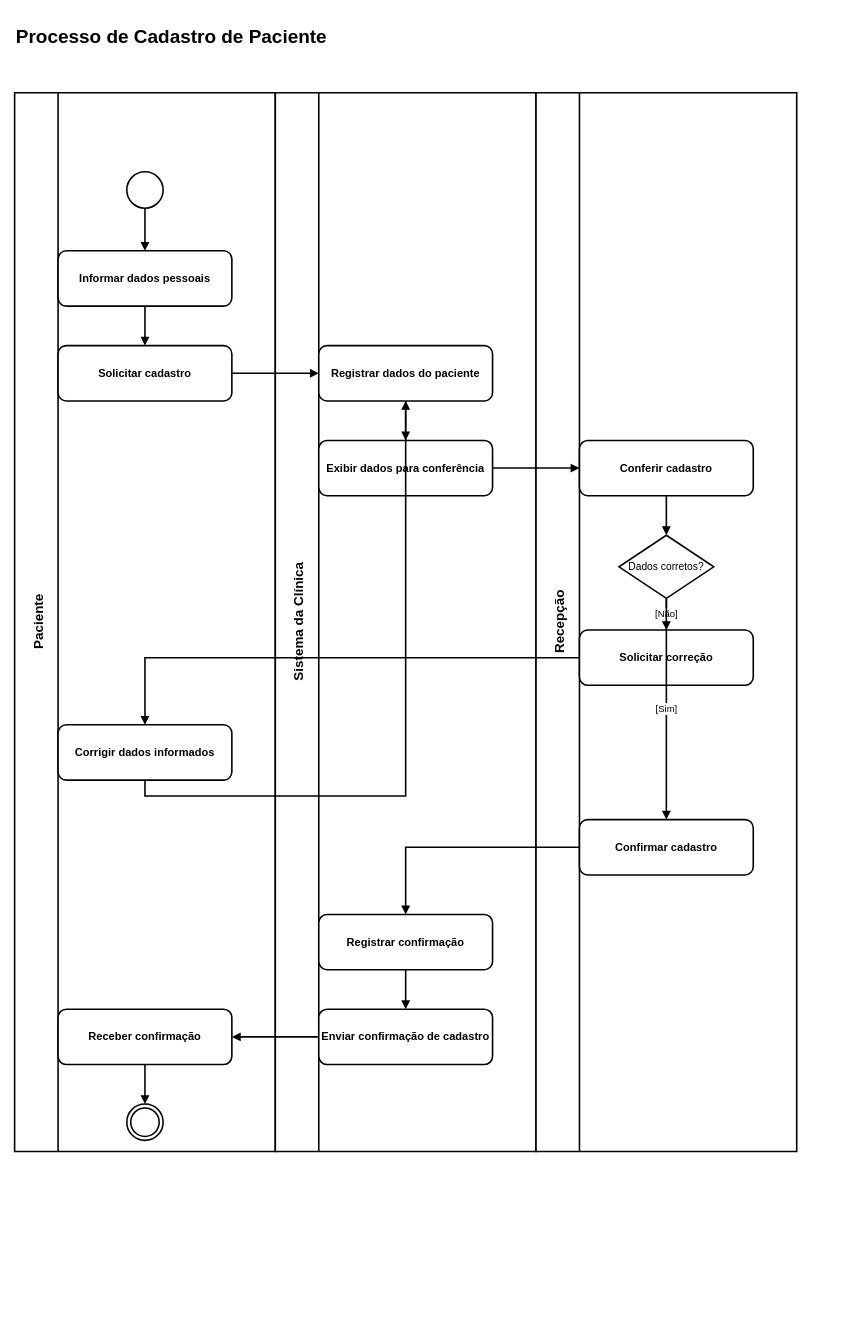
Above: documentos/diagramas/atividade/01-cadastro-paciente-simples.drawio in itodoconhecer-cmyk/aulas_umc_2026_1_spring_boot (draw.io), before the change. Source tidied: cells renumbered, new cells numbered last; positions are measured from the earlier drawing's top-left corner, leaving out a move shared by most shapes. Both pictures are drawn from the tidied source at 79%, with x=0, y=0 at pixel (14, 13).
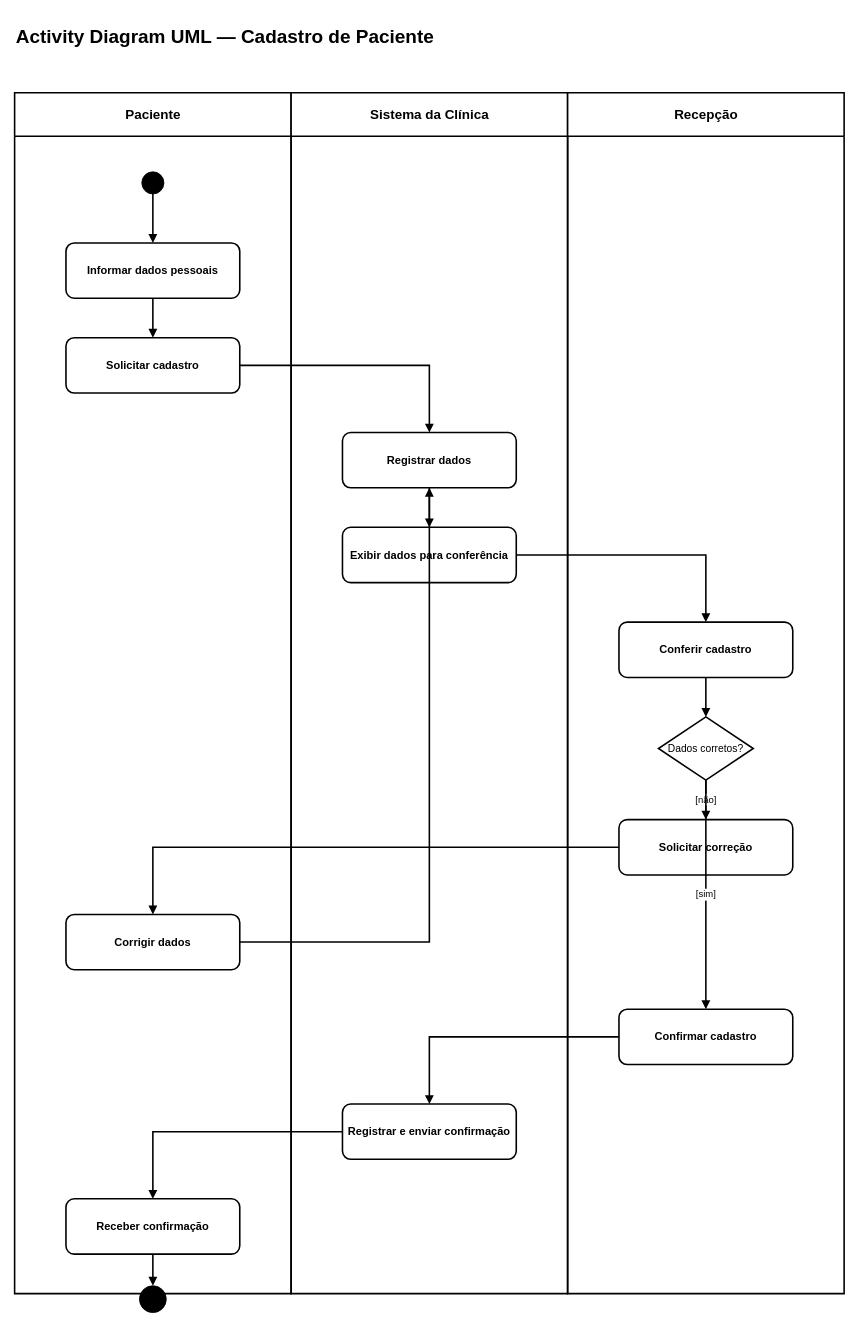
After the change.

Commit message:
docs: refaz activity diagram de cadastro com swimlanes UML

Change to the diagram source:
```diff
@@
-    <mxCell id="2" value="Processo de Cadastro de Paciente" style="text;html=1;align=left;verticalAlign=middle;fontSize=24;fontStyle=1;" parent="1" vertex="1">
-      <mxGeometry width="990" height="60" as="geometry" />
+    <mxCell id="2" value="Activity Diagram UML — Cadastro de Paciente" style="text;html=1;align=left;verticalAlign=middle;fontSize=24;fontStyle=1;" parent="1" vertex="1">
+      <mxGeometry width="1050" height="60" as="geometry" />
     </mxCell>
-    <mxCell id="3" value="Paciente" style="swimlane;horizontal=0;startSize=55;html=1;fontStyle=1;fontSize=17;align=center;verticalAlign=top;spacingTop=14;fillColor=#ffffff;strokeColor=#000000;strokeWidth=2;" parent="1" vertex="1">
-      <mxGeometry y="100" width="330" height="1340" as="geometry" />
+    <mxCell id="3" value="Paciente" style="swimlane;horizontal=1;startSize=55;html=1;fontStyle=1;fontSize=17;align=center;verticalAlign=middle;fillColor=#ffffff;strokeColor=#000000;strokeWidth=2;" parent="1" vertex="1">
+      <mxGeometry y="100" width="350" height="1520" as="geometry" />
     </mxCell>
-    <mxCell id="4" value="Sistema da Clínica" style="swimlane;horizontal=0;startSize=55;html=1;fontStyle=1;fontSize=17;align=center;verticalAlign=top;spacingTop=14;fillColor=#ffffff;strokeColor=#000000;strokeWidth=2;" parent="1" vertex="1">
-      <mxGeometry x="330" y="100" width="330" height="1340" as="geometry" />
+    <mxCell id="4" value="Sistema da Clínica" style="swimlane;horizontal=1;startSize=55;html=1;fontStyle=1;fontSize=17;align=center;verticalAlign=middle;fillColor=#ffffff;strokeColor=#000000;strokeWidth=2;" parent="1" vertex="1">
+      <mxGeometry x="350" y="100" width="350" height="1520" as="geometry" />
     </mxCell>
-    <mxCell id="5" value="Recepção" style="swimlane;horizontal=0;startSize=55;html=1;fontStyle=1;fontSize=17;align=center;verticalAlign=top;spacingTop=14;fillColor=#ffffff;strokeColor=#000000;strokeWidth=2;" parent="1" vertex="1">
-      <mxGeometry x="660" y="100" width="330" height="1340" as="geometry" />
+    <mxCell id="5" value="Recepção" style="swimlane;horizontal=1;startSize=55;html=1;fontStyle=1;fontSize=17;align=center;verticalAlign=middle;fillColor=#ffffff;strokeColor=#000000;strokeWidth=2;" parent="1" vertex="1">
+      <mxGeometry x="700" y="100" width="350" height="1520" as="geometry" />
     </mxCell>
-    <mxCell id="6" style="ellipse;html=1;fillColor=#ffffff;strokeColor=#000000;strokeWidth=2;" parent="1" vertex="1">
-      <mxGeometry x="142" y="200" width="46" height="46" as="geometry" />
+    <mxCell id="6" style="ellipse;html=1;fillColor=#000000;strokeColor=#000000;" parent="3" vertex="1">
+      <mxGeometry x="161" y="100" width="28" height="28" as="geometry" />
     </mxCell>
-    <mxCell id="7" value="Informar dados pessoais" style="rounded=1;whiteSpace=wrap;html=1;fontSize=14;fontStyle=1;strokeWidth=2;fillColor=#ffffff;strokeColor=#000000;" parent="1" vertex="1">
-      <mxGeometry x="55" y="300" width="220" height="70" as="geometry" />
+    <mxCell id="7" value="Informar dados pessoais" style="rounded=1;whiteSpace=wrap;html=1;fontSize=14;fontStyle=1;strokeWidth=2;fillColor=#ffffff;strokeColor=#000000;" parent="3" vertex="1">
+      <mxGeometry x="65" y="190" width="220" height="70" as="geometry" />
     </mxCell>
-    <mxCell id="8" value="Solicitar cadastro" style="rounded=1;whiteSpace=wrap;html=1;fontSize=14;fontStyle=1;strokeWidth=2;fillColor=#ffffff;strokeColor=#000000;" parent="1" vertex="1">
-      <mxGeometry x="55" y="420" width="220" height="70" as="geometry" />
+    <mxCell id="8" value="Solicitar cadastro" style="rounded=1;whiteSpace=wrap;html=1;fontSize=14;fontStyle=1;strokeWidth=2;fillColor=#ffffff;strokeColor=#000000;" parent="3" vertex="1">
+      <mxGeometry x="65" y="310" width="220" height="70" as="geometry" />
     </mxCell>
-    <mxCell id="9" value="Registrar dados do paciente" style="rounded=1;whiteSpace=wrap;html=1;fontSize=14;fontStyle=1;strokeWidth=2;fillColor=#ffffff;strokeColor=#000000;" parent="1" vertex="1">
-      <mxGeometry x="385" y="420" width="220" height="70" as="geometry" />
+    <mxCell id="9" value="Registrar dados" style="rounded=1;whiteSpace=wrap;html=1;fontSize=14;fontStyle=1;strokeWidth=2;fillColor=#ffffff;strokeColor=#000000;" parent="4" vertex="1">
+      <mxGeometry x="65" y="430" width="220" height="70" as="geometry" />
     </mxCell>
-    <mxCell id="10" value="Exibir dados para conferência" style="rounded=1;whiteSpace=wrap;html=1;fontSize=14;fontStyle=1;strokeWidth=2;fillColor=#ffffff;strokeColor=#000000;" parent="1" vertex="1">
-      <mxGeometry x="385" y="540" width="220" height="70" as="geometry" />
+    <mxCell id="10" value="Exibir dados para conferência" style="rounded=1;whiteSpace=wrap;html=1;fontSize=14;fontStyle=1;strokeWidth=2;fillColor=#ffffff;strokeColor=#000000;" parent="4" vertex="1">
+      <mxGeometry x="65" y="550" width="220" height="70" as="geometry" />
     </mxCell>
-    <mxCell id="11" value="Conferir cadastro" style="rounded=1;whiteSpace=wrap;html=1;fontSize=14;fontStyle=1;strokeWidth=2;fillColor=#ffffff;strokeColor=#000000;" parent="1" vertex="1">
-      <mxGeometry x="715" y="540" width="220" height="70" as="geometry" />
+    <mxCell id="11" value="Conferir cadastro" style="rounded=1;whiteSpace=wrap;html=1;fontSize=14;fontStyle=1;strokeWidth=2;fillColor=#ffffff;strokeColor=#000000;" parent="5" vertex="1">
+      <mxGeometry x="65" y="670" width="220" height="70" as="geometry" />
     </mxCell>
-    <mxCell id="12" value="Dados corretos?" style="rhombus;whiteSpace=wrap;html=1;fontSize=13;strokeWidth=2;fillColor=#ffffff;strokeColor=#000000;" parent="1" vertex="1">
-      <mxGeometry x="765" y="660" width="120" height="80" as="geometry" />
+    <mxCell id="12" value="Dados corretos?" style="rhombus;whiteSpace=wrap;html=1;fontSize=13;strokeWidth=2;fillColor=#ffffff;strokeColor=#000000;" parent="5" vertex="1">
+      <mxGeometry x="115" y="790" width="120" height="80" as="geometry" />
     </mxCell>
-    <mxCell id="13" value="Solicitar correção" style="rounded=1;whiteSpace=wrap;html=1;fontSize=14;fontStyle=1;strokeWidth=2;fillColor=#ffffff;strokeColor=#000000;" parent="1" vertex="1">
-      <mxGeometry x="715" y="780" width="220" height="70" as="geometry" />
+    <mxCell id="13" value="Solicitar correção" style="rounded=1;whiteSpace=wrap;html=1;fontSize=14;fontStyle=1;strokeWidth=2;fillColor=#ffffff;strokeColor=#000000;" parent="5" vertex="1">
+      <mxGeometry x="65" y="920" width="220" height="70" as="geometry" />
     </mxCell>
-    <mxCell id="14" value="Corrigir dados informados" style="rounded=1;whiteSpace=wrap;html=1;fontSize=14;fontStyle=1;strokeWidth=2;fillColor=#ffffff;strokeColor=#000000;" parent="1" vertex="1">
-      <mxGeometry x="55" y="900" width="220" height="70" as="geometry" />
+    <mxCell id="14" value="Corrigir dados" style="rounded=1;whiteSpace=wrap;html=1;fontSize=14;fontStyle=1;strokeWidth=2;fillColor=#ffffff;strokeColor=#000000;" parent="3" vertex="1">
+      <mxGeometry x="65" y="1040" width="220" height="70" as="geometry" />
     </mxCell>
-    <mxCell id="15" value="Confirmar cadastro" style="rounded=1;whiteSpace=wrap;html=1;fontSize=14;fontStyle=1;strokeWidth=2;fillColor=#ffffff;strokeColor=#000000;" parent="1" vertex="1">
-      <mxGeometry x="715" y="1020" width="220" height="70" as="geometry" />
+    <mxCell id="15" value="Confirmar cadastro" style="rounded=1;whiteSpace=wrap;html=1;fontSize=14;fontStyle=1;strokeWidth=2;fillColor=#ffffff;strokeColor=#000000;" parent="5" vertex="1">
+      <mxGeometry x="65" y="1160" width="220" height="70" as="geometry" />
     </mxCell>
-    <mxCell id="16" value="Registrar confirmação" style="rounded=1;whiteSpace=wrap;html=1;fontSize=14;fontStyle=1;strokeWidth=2;fillColor=#ffffff;strokeColor=#000000;" parent="1" vertex="1">
-      <mxGeometry x="385" y="1140" width="220" height="70" as="geometry" />
+    <mxCell id="16" value="Registrar e enviar confirmação" style="rounded=1;whiteSpace=wrap;html=1;fontSize=14;fontStyle=1;strokeWidth=2;fillColor=#ffffff;strokeColor=#000000;" parent="4" vertex="1">
+      <mxGeometry x="65" y="1280" width="220" height="70" as="geometry" />
     </mxCell>
-    <mxCell id="17" value="Enviar confirmação de cadastro" style="rounded=1;whiteSpace=wrap;html=1;fontSize=14;fontStyle=1;strokeWidth=2;fillColor=#ffffff;strokeColor=#000000;" parent="1" vertex="1">
-      <mxGeometry x="385" y="1260" width="220" height="70" as="geometry" />
+    <mxCell id="17" value="Receber confirmação" style="rounded=1;whiteSpace=wrap;html=1;fontSize=14;fontStyle=1;strokeWidth=2;fillColor=#ffffff;strokeColor=#000000;" parent="3" vertex="1">
+      <mxGeometry x="65" y="1400" width="220" height="70" as="geometry" />
     </mxCell>
-    <mxCell id="18" value="Receber confirmação" style="rounded=1;whiteSpace=wrap;html=1;fontSize=14;fontStyle=1;strokeWidth=2;fillColor=#ffffff;strokeColor=#000000;" parent="1" vertex="1">
-      <mxGeometry x="55" y="1260" width="220" height="70" as="geometry" />
-    </mxCell>
-    <mxCell id="19" style="ellipse;html=1;fillColor=#ffffff;strokeColor=#000000;strokeWidth=2;shape=doubleEllipse;" parent="1" vertex="1">
-      <mxGeometry x="142" y="1380" width="46" height="46" as="geometry" />
+    <mxCell id="19" style="ellipse;html=1;fillColor=#000000;strokeColor=#000000;shape=doubleEllipse;" parent="3" vertex="1">
+      <mxGeometry x="158" y="1510" width="34" height="34" as="geometry" />
     </mxCell>
-    <mxCell id="20" style="edgeStyle=orthogonalEdgeStyle;rounded=0;jettySize=30;html=1;endArrow=block;endFill=1;strokeWidth=2;fontSize=12;labelBackgroundColor=#ffffff;" parent="1" edge="1" source="6" target="7">
+    <mxCell id="20" style="edgeStyle=orthogonalEdgeStyle;rounded=0;jettySize=35;html=1;endArrow=block;endFill=1;strokeWidth=2;fontSize=12;labelBackgroundColor=#ffffff;" parent="1" edge="1" source="6" target="7">
       <mxGeometry relative="1" as="geometry" />
     </mxCell>
-    <mxCell id="21" style="edgeStyle=orthogonalEdgeStyle;rounded=0;jettySize=30;html=1;endArrow=block;endFill=1;strokeWidth=2;fontSize=12;labelBackgroundColor=#ffffff;" parent="1" edge="1" source="7" target="8">
+    <mxCell id="21" style="edgeStyle=orthogonalEdgeStyle;rounded=0;jettySize=35;html=1;endArrow=block;endFill=1;strokeWidth=2;fontSize=12;labelBackgroundColor=#ffffff;" parent="1" edge="1" source="7" target="8">
       <mxGeometry relative="1" as="geometry" />
     </mxCell>
-    <mxCell id="22" style="edgeStyle=orthogonalEdgeStyle;rounded=0;jettySize=30;html=1;endArrow=block;endFill=1;strokeWidth=2;fontSize=12;labelBackgroundColor=#ffffff;" parent="1" edge="1" source="8" target="9">
+    <mxCell id="22" style="edgeStyle=orthogonalEdgeStyle;rounded=0;jettySize=35;html=1;endArrow=block;endFill=1;strokeWidth=2;fontSize=12;labelBackgroundColor=#ffffff;" parent="1" edge="1" source="8" target="9">
       <mxGeometry relative="1" as="geometry" />
     </mxCell>
-    <mxCell id="23" style="edgeStyle=orthogonalEdgeStyle;rounded=0;jettySize=30;html=1;endArrow=block;endFill=1;strokeWidth=2;fontSize=12;labelBackgroundColor=#ffffff;" parent="1" edge="1" source="9" target="10">
+    <mxCell id="23" style="edgeStyle=orthogonalEdgeStyle;rounded=0;jettySize=35;html=1;endArrow=block;endFill=1;strokeWidth=2;fontSize=12;labelBackgroundColor=#ffffff;" parent="1" edge="1" source="9" target="10">
       <mxGeometry relative="1" as="geometry" />
     </mxCell>
-    <mxCell id="24" style="edgeStyle=orthogonalEdgeStyle;rounded=0;jettySize=30;html=1;endArrow=block;endFill=1;strokeWidth=2;fontSize=12;labelBackgroundColor=#ffffff;" parent="1" edge="1" source="10" target="11">
+    <mxCell id="24" style="edgeStyle=orthogonalEdgeStyle;rounded=0;jettySize=35;html=1;endArrow=block;endFill=1;strokeWidth=2;fontSize=12;labelBackgroundColor=#ffffff;" parent="1" edge="1" source="10" target="11">
       <mxGeometry relative="1" as="geometry" />
     </mxCell>
-    <mxCell id="25" style="edgeStyle=orthogonalEdgeStyle;rounded=0;jettySize=30;html=1;endArrow=block;endFill=1;strokeWidth=2;fontSize=12;labelBackgroundColor=#ffffff;" parent="1" edge="1" source="11" target="12">
+    <mxCell id="25" style="edgeStyle=orthogonalEdgeStyle;rounded=0;jettySize=35;html=1;endArrow=block;endFill=1;strokeWidth=2;fontSize=12;labelBackgroundColor=#ffffff;" parent="1" edge="1" source="11" target="12">
       <mxGeometry relative="1" as="geometry" />
     </mxCell>
-    <mxCell id="26" value="[Não]" style="edgeStyle=orthogonalEdgeStyle;rounded=0;jettySize=30;html=1;endArrow=block;endFill=1;strokeWidth=2;fontSize=12;labelBackgroundColor=#ffffff;" parent="1" edge="1" source="12" target="13">
+    <mxCell id="26" value="[não]" style="edgeStyle=orthogonalEdgeStyle;rounded=0;jettySize=35;html=1;endArrow=block;endFill=1;strokeWidth=2;fontSize=12;labelBackgroundColor=#ffffff;" parent="1" edge="1" source="12" target="13">
       <mxGeometry relative="1" as="geometry" />
     </mxCell>
-    <mxCell id="27" style="edgeStyle=orthogonalEdgeStyle;rounded=0;jettySize=30;html=1;endArrow=block;endFill=1;strokeWidth=2;fontSize=12;labelBackgroundColor=#ffffff;" parent="1" edge="1" source="13" target="14">
+    <mxCell id="27" style="edgeStyle=orthogonalEdgeStyle;rounded=0;jettySize=35;html=1;endArrow=block;endFill=1;strokeWidth=2;fontSize=12;labelBackgroundColor=#ffffff;" parent="1" edge="1" source="13" target="14">
       <mxGeometry relative="1" as="geometry" />
     </mxCell>
-    <mxCell id="28" style="edgeStyle=orthogonalEdgeStyle;rounded=0;jettySize=30;html=1;endArrow=block;endFill=1;strokeWidth=2;fontSize=12;labelBackgroundColor=#ffffff;" parent="1" edge="1" source="14" target="9">
-      <mxGeometry relative="1" as="geometry">
-        <Array as="points">
-          <mxPoint x="165" y="990" />
-          <mxPoint x="495" y="990" />
-          <mxPoint x="495" y="455" />
-        </Array>
-      </mxGeometry>
+    <mxCell id="28" style="edgeStyle=orthogonalEdgeStyle;rounded=0;jettySize=35;html=1;endArrow=block;endFill=1;strokeWidth=2;fontSize=12;labelBackgroundColor=#ffffff;" parent="1" edge="1" source="14" target="9">
+      <mxGeometry relative="1" as="geometry" />
     </mxCell>
-    <mxCell id="29" value="[Sim]" style="edgeStyle=orthogonalEdgeStyle;rounded=0;jettySize=30;html=1;endArrow=block;endFill=1;strokeWidth=2;fontSize=12;labelBackgroundColor=#ffffff;" parent="1" edge="1" source="12" target="15">
+    <mxCell id="29" value="[sim]" style="edgeStyle=orthogonalEdgeStyle;rounded=0;jettySize=35;html=1;endArrow=block;endFill=1;strokeWidth=2;fontSize=12;labelBackgroundColor=#ffffff;" parent="1" edge="1" source="12" target="15">
       <mxGeometry relative="1" as="geometry" />
     </mxCell>
-    <mxCell id="30" style="edgeStyle=orthogonalEdgeStyle;rounded=0;jettySize=30;html=1;endArrow=block;endFill=1;strokeWidth=2;fontSize=12;labelBackgroundColor=#ffffff;" parent="1" edge="1" source="15" target="16">
+    <mxCell id="30" style="edgeStyle=orthogonalEdgeStyle;rounded=0;jettySize=35;html=1;endArrow=block;endFill=1;strokeWidth=2;fontSize=12;labelBackgroundColor=#ffffff;" parent="1" edge="1" source="15" target="16">
       <mxGeometry relative="1" as="geometry" />
     </mxCell>
-    <mxCell id="31" style="edgeStyle=orthogonalEdgeStyle;rounded=0;jettySize=30;html=1;endArrow=block;endFill=1;strokeWidth=2;fontSize=12;labelBackgroundColor=#ffffff;" parent="1" edge="1" source="16" target="17">
+    <mxCell id="31" style="edgeStyle=orthogonalEdgeStyle;rounded=0;jettySize=35;html=1;endArrow=block;endFill=1;strokeWidth=2;fontSize=12;labelBackgroundColor=#ffffff;" parent="1" edge="1" source="16" target="17">
       <mxGeometry relative="1" as="geometry" />
     </mxCell>
-    <mxCell id="32" style="edgeStyle=orthogonalEdgeStyle;rounded=0;jettySize=30;html=1;endArrow=block;endFill=1;strokeWidth=2;fontSize=12;labelBackgroundColor=#ffffff;" parent="1" edge="1" source="17" target="18">
+    <mxCell id="32" style="edgeStyle=orthogonalEdgeStyle;rounded=0;jettySize=35;html=1;endArrow=block;endFill=1;strokeWidth=2;fontSize=12;labelBackgroundColor=#ffffff;" parent="1" edge="1" source="17" target="19">
       <mxGeometry relative="1" as="geometry" />
     </mxCell>
-    <mxCell id="33" style="edgeStyle=orthogonalEdgeStyle;rounded=0;jettySize=30;html=1;endArrow=block;endFill=1;strokeWidth=2;fontSize=12;labelBackgroundColor=#ffffff;" parent="1" edge="1" source="18" target="19">
-      <mxGeometry relative="1" as="geometry" />
-    </mxCell>
```
